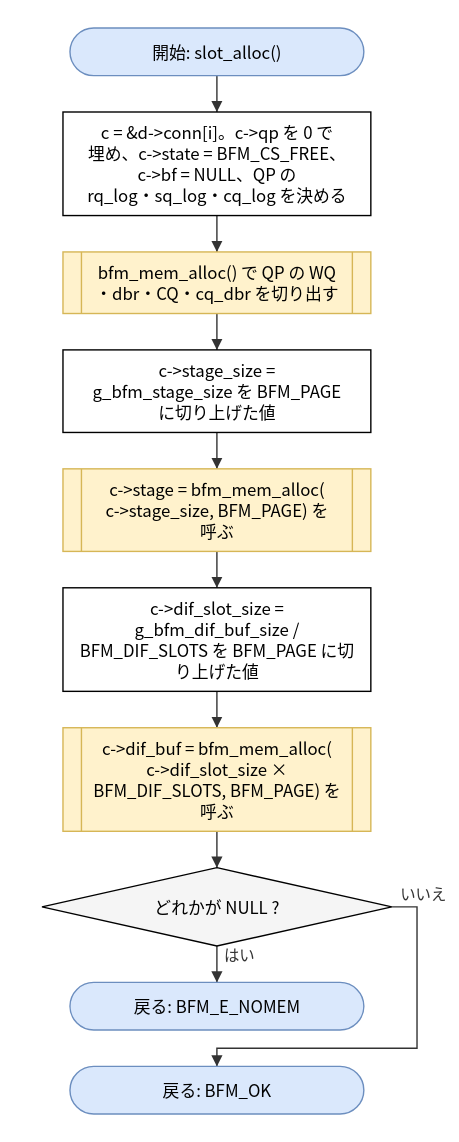
Earlier version of the draw.io export doc/spec/images/flow_src_bfm_cm-slot_alloc.drawio.svg (hf355051012-ai/bfmem). Source tidied: cells renumbered, new cells last; positions are measured from the earlier drawing's top-left corner, leaving out a move shared by most shapes.
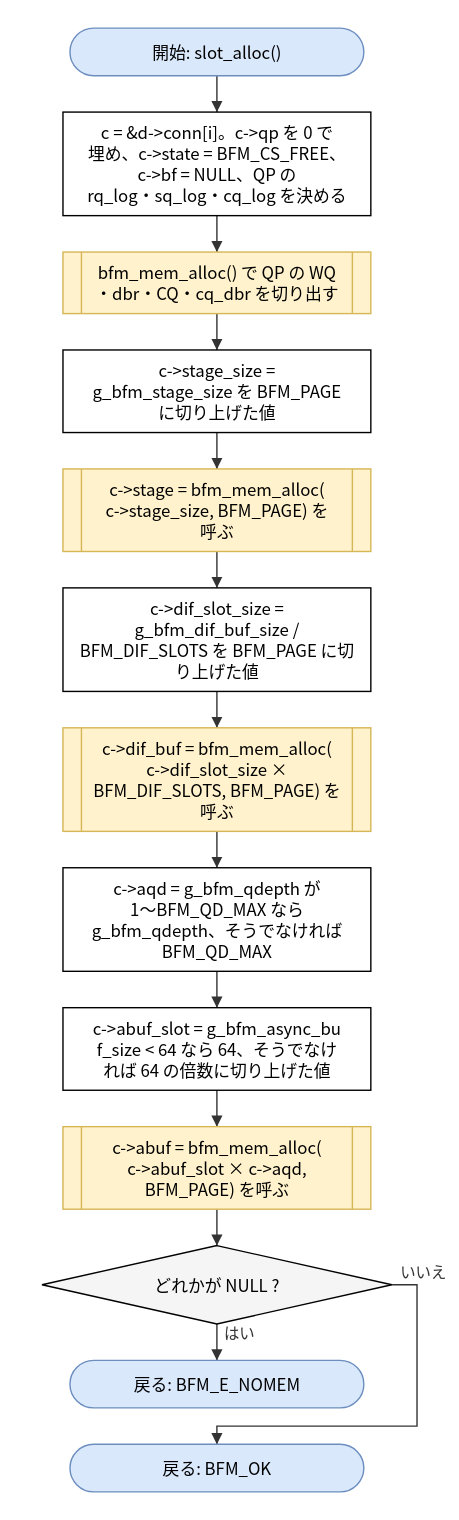
The same file after the commit.

What changed in the source:
```diff
@@ -23,15 +23,24 @@
     <mxCell id="8" value="c-&amp;gt;dif_buf = bfm_mem_alloc(&lt;br&gt;c-&amp;gt;dif_slot_size ×&lt;br&gt;BFM_DIF_SLOTS, BFM_PAGE) を&lt;br&gt;呼ぶ" style="shape=process;whiteSpace=wrap;html=1;backgroundOutline=1;size=0.06;fillColor=#fff2cc;strokeColor=#d6b656;" parent="1" vertex="1">
       <mxGeometry x="15" y="500" width="220" height="74" as="geometry" />
     </mxCell>
-    <mxCell id="9" value="どれかが NULL ?" style="rhombus;whiteSpace=wrap;html=1;fillColor=#f5f5f5;" parent="1" vertex="1">
-      <mxGeometry y="600" width="250" height="56" as="geometry" />
+    <mxCell id="9" value="c-&amp;gt;aqd = g_bfm_qdepth が&lt;br&gt;1〜BFM_QD_MAX なら&lt;br&gt;g_bfm_qdepth、そうでなければ&lt;br&gt;BFM_QD_MAX" style="rounded=0;whiteSpace=wrap;html=1;" parent="1" vertex="1">
+      <mxGeometry x="15" y="600" width="220" height="74" as="geometry" />
     </mxCell>
-    <mxCell id="10" value="戻る: BFM_E_NOMEM" style="rounded=1;arcSize=50;whiteSpace=wrap;html=1;fillColor=#dae8fc;strokeColor=#6c8ebf;" parent="1" vertex="1">
-      <mxGeometry x="20" y="682" width="210" height="34" as="geometry" />
+    <mxCell id="10" value="c-&amp;gt;abuf_slot = g_bfm_async_bu&lt;br&gt;f_size &amp;lt; 64 なら 64、そうでなけ&lt;br&gt;れば 64 の倍数に切り上げた値" style="rounded=0;whiteSpace=wrap;html=1;" parent="1" vertex="1">
+      <mxGeometry x="15" y="700" width="220" height="59" as="geometry" />
     </mxCell>
-    <mxCell id="11" value="戻る: BFM_OK" style="rounded=1;arcSize=50;whiteSpace=wrap;html=1;fillColor=#dae8fc;strokeColor=#6c8ebf;" parent="1" vertex="1">
-      <mxGeometry x="20" y="742" width="210" height="34" as="geometry" />
+    <mxCell id="11" value="c-&amp;gt;abuf = bfm_mem_alloc(&lt;br&gt;c-&amp;gt;abuf_slot × c-&amp;gt;aqd,&lt;br&gt;BFM_PAGE) を呼ぶ" style="shape=process;whiteSpace=wrap;html=1;backgroundOutline=1;size=0.06;fillColor=#fff2cc;strokeColor=#d6b656;" parent="1" vertex="1">
+      <mxGeometry x="15" y="785" width="220" height="59" as="geometry" />
     </mxCell>
+    <mxCell id="21" value="どれかが NULL ?" style="rhombus;whiteSpace=wrap;html=1;fillColor=#f5f5f5;" parent="1" vertex="1">
+      <mxGeometry y="870" width="250" height="56" as="geometry" />
+    </mxCell>
+    <mxCell id="22" value="戻る: BFM_E_NOMEM" style="rounded=1;arcSize=50;whiteSpace=wrap;html=1;fillColor=#dae8fc;strokeColor=#6c8ebf;" parent="1" vertex="1">
+      <mxGeometry x="20" y="952" width="210" height="34" as="geometry" />
+    </mxCell>
+    <mxCell id="23" value="戻る: BFM_OK" style="rounded=1;arcSize=50;whiteSpace=wrap;html=1;fillColor=#dae8fc;strokeColor=#6c8ebf;" parent="1" vertex="1">
+      <mxGeometry x="20" y="1012" width="210" height="34" as="geometry" />
+    </mxCell>
     <mxCell id="12" style="edgeStyle=none;html=1;rounded=0;endArrow=block;endFill=1;exitX=0.5000;exitY=1.0000;exitDx=0;exitDy=0;exitPerimeter=0;entryX=0.5000;entryY=0.0000;entryDx=0;entryDy=0;entryPerimeter=0;" parent="1" edge="1" source="2" target="3">
       <mxGeometry relative="1" as="geometry" />
     </mxCell>
@@ -53,17 +62,26 @@
     <mxCell id="18" style="edgeStyle=none;html=1;rounded=0;endArrow=block;endFill=1;exitX=0.5000;exitY=1.0000;exitDx=0;exitDy=0;exitPerimeter=0;entryX=0.5000;entryY=0.0000;entryDx=0;entryDy=0;entryPerimeter=0;" parent="1" edge="1" source="8" target="9">
       <mxGeometry relative="1" as="geometry" />
     </mxCell>
-    <mxCell id="19" value="はい" style="edgeStyle=none;html=1;rounded=0;endArrow=block;endFill=1;exitX=0.5000;exitY=1.0000;exitDx=0;exitDy=0;exitPerimeter=0;entryX=0.5000;entryY=0.0000;entryDx=0;entryDy=0;entryPerimeter=0;" parent="1" edge="1" source="9" target="10">
+    <mxCell id="19" style="edgeStyle=none;html=1;rounded=0;endArrow=block;endFill=1;exitX=0.5000;exitY=1.0000;exitDx=0;exitDy=0;exitPerimeter=0;entryX=0.5000;entryY=0.0000;entryDx=0;entryDy=0;entryPerimeter=0;" parent="1" edge="1" source="9" target="10">
       <mxGeometry relative="1" as="geometry" />
     </mxCell>
-    <mxCell id="20" value="いいえ" style="edgeStyle=none;html=1;rounded=0;endArrow=block;endFill=1;exitX=1.0000;exitY=0.5000;exitDx=0;exitDy=0;exitPerimeter=0;entryX=0.5000;entryY=0.0000;entryDx=0;entryDy=0;entryPerimeter=0;" parent="1" edge="1" source="9" target="11">
-      <mxGeometry relative="1" as="geometry">
-        <Array as="points">
-          <mxPoint x="268" y="628" />
-          <mxPoint x="268" y="729" />
-          <mxPoint x="125" y="729" />
-        </Array>
-      </mxGeometry>
+    <mxCell id="20" style="edgeStyle=none;html=1;rounded=0;endArrow=block;endFill=1;exitX=0.5000;exitY=1.0000;exitDx=0;exitDy=0;exitPerimeter=0;entryX=0.5000;entryY=0.0000;entryDx=0;entryDy=0;entryPerimeter=0;" parent="1" edge="1" source="10" target="11">
+      <mxGeometry relative="1" as="geometry" />
     </mxCell>
+    <mxCell id="24" style="edgeStyle=none;html=1;rounded=0;endArrow=block;endFill=1;exitX=0.5000;exitY=1.0000;exitDx=0;exitDy=0;exitPerimeter=0;entryX=0.5000;entryY=0.0000;entryDx=0;entryDy=0;entryPerimeter=0;" parent="1" edge="1" source="11" target="21">
+      <mxGeometry relative="1" as="geometry" />
+    </mxCell>
+    <mxCell id="25" value="はい" style="edgeStyle=none;html=1;rounded=0;endArrow=block;endFill=1;exitX=0.5000;exitY=1.0000;exitDx=0;exitDy=0;exitPerimeter=0;entryX=0.5000;entryY=0.0000;entryDx=0;entryDy=0;entryPerimeter=0;" parent="1" edge="1" source="21" target="22">
+      <mxGeometry relative="1" as="geometry" />
+    </mxCell>
+    <mxCell id="26" value="いいえ" style="edgeStyle=none;html=1;rounded=0;endArrow=block;endFill=1;exitX=1.0000;exitY=0.5000;exitDx=0;exitDy=0;exitPerimeter=0;entryX=0.5000;entryY=0.0000;entryDx=0;entryDy=0;entryPerimeter=0;" parent="1" edge="1" source="21" target="23">
+      <mxGeometry relative="1" as="geometry">
+        <Array as="points">
+          <mxPoint x="268" y="898" />
+          <mxPoint x="268" y="999" />
+          <mxPoint x="125" y="999" />
+        </Array>
+      </mxGeometry>
+    </mxCell>
   </root>
 </mxGraphModel>
```
